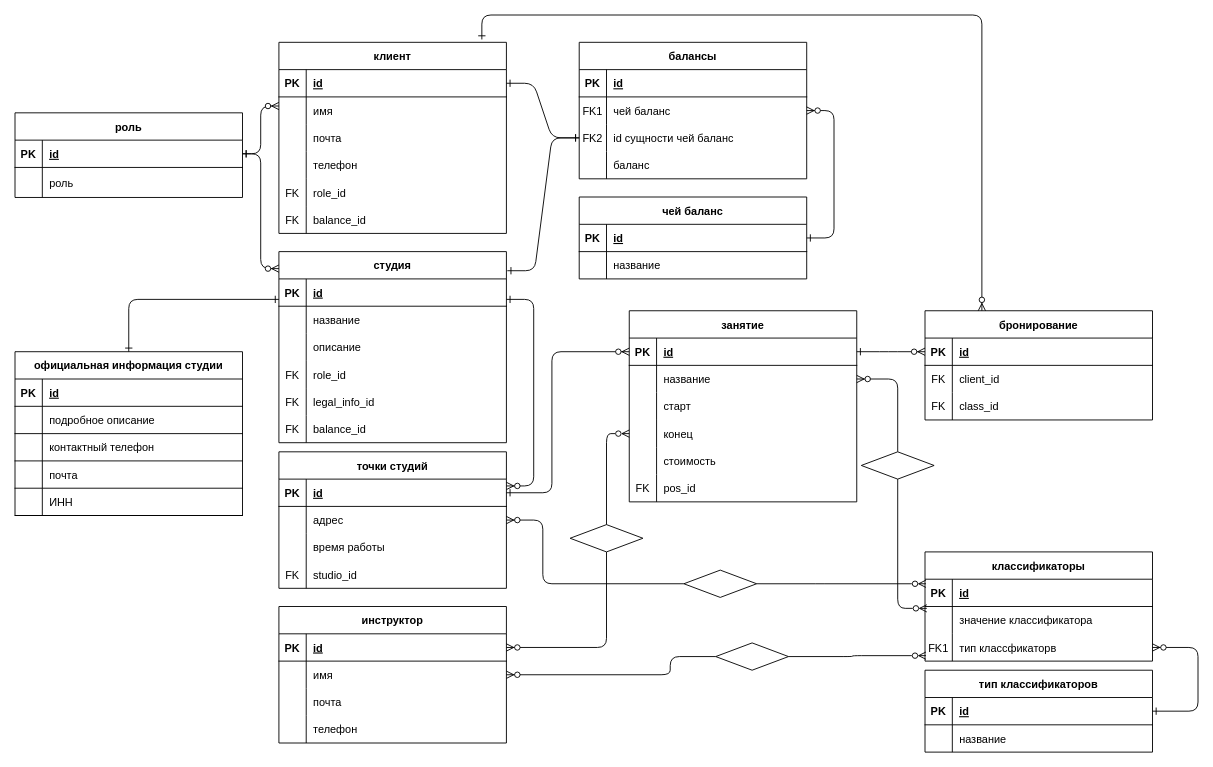
3ilib0ba/ITMO-DB keeps this draw.io diagram as Coursework/Part-2/diagram.drawio. Above is the earlier version. Source tidied: cells renumbered, new cells numbered last; positions are measured from the earlier drawing's top-left corner, leaving out a move shared by most shapes. Both pictures are drawn from the tidied source at 91%, with x=0, y=0 at pixel (15, 15).
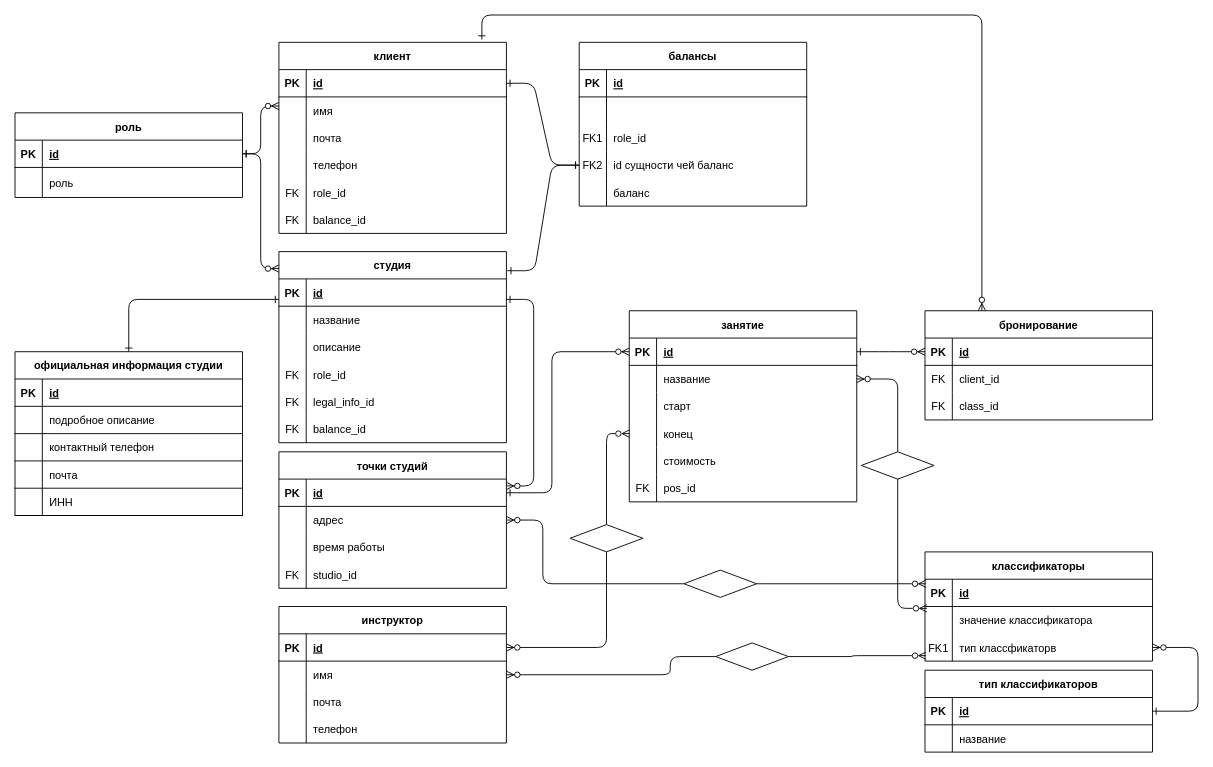
The same diagram, later.

Unchanged cells that the change refers to:
```xml
<mxCell id="7" style="shape=partialRectangle;fillColor=none;points=[[0,0.5],[1,0.5]];portConstraint=eastwest;top=0;left=0;right=0;bottom=0;" parent="3" vertex="1">
  <mxGeometry y="60" width="250" height="30" as="geometry" />
</mxCell>
```

What changed in the source:
```diff
@@
     <mxCell id="3" value="балансы" style="shape=table;startSize=30;childLayout=tableLayout;rowLines=0;fontStyle=1;align=center;" parent="1" vertex="1">
-      <mxGeometry x="620" y="30" width="250" height="150" as="geometry" />
+      <mxGeometry x="620" y="30" width="250" height="180" as="geometry" />
     </mxCell>
@@
-    <mxCell id="8" value="FK1" style="shape=partialRectangle;overflow=hidden;fillColor=none;top=0;left=0;bottom=0;right=0;" parent="7" vertex="1">
+    <mxCell id="8" style="shape=partialRectangle;overflow=hidden;fillColor=none;top=0;left=0;bottom=0;right=0;" parent="7" vertex="1">
       <mxGeometry width="30" height="30" as="geometry" />
     </mxCell>
-    <mxCell id="9" value="чей баланс" style="shape=partialRectangle;overflow=hidden;fillColor=none;top=0;left=0;bottom=0;right=0;align=left;spacingLeft=6;" parent="7" vertex="1">
+    <mxCell id="9" style="shape=partialRectangle;overflow=hidden;fillColor=none;top=0;left=0;bottom=0;right=0;align=left;spacingLeft=6;" parent="7" vertex="1">
       <mxGeometry x="30" width="220" height="30" as="geometry" />
     </mxCell>
+    <mxCell id="178" style="shape=partialRectangle;fillColor=none;top=0;left=0;right=0;bottom=0;" parent="3" vertex="1">
+      <mxGeometry y="90" width="250" height="30" as="geometry" />
+    </mxCell>
+    <mxCell id="179" value="FK1" style="shape=partialRectangle;overflow=hidden;fillColor=none;top=0;left=0;bottom=0;right=0;" parent="178" vertex="1">
+      <mxGeometry width="30" height="30" as="geometry" />
+    </mxCell>
+    <mxCell id="180" value="role_id" style="shape=partialRectangle;overflow=hidden;fillColor=none;top=0;left=0;bottom=0;right=0;align=left;spacingLeft=6;" parent="178" vertex="1">
+      <mxGeometry x="30" width="220" height="30" as="geometry" />
+    </mxCell>
     <mxCell id="10" style="shape=partialRectangle;fillColor=none;points=[[0,0.5],[1,0.5]];portConstraint=eastwest;top=0;left=0;right=0;bottom=0;" parent="3" vertex="1">
-      <mxGeometry y="90" width="250" height="30" as="geometry" />
+      <mxGeometry y="120" width="250" height="30" as="geometry" />
     </mxCell>
@@
     <mxCell id="13" style="shape=partialRectangle;fillColor=none;top=0;left=0;right=0;bottom=0;" parent="3" vertex="1">
-      <mxGeometry y="120" width="250" height="30" as="geometry" />
+      <mxGeometry y="150" width="250" height="30" as="geometry" />
     </mxCell>
@@
-    <mxCell id="16" value="чей баланс" style="shape=table;startSize=30;childLayout=tableLayout;rowLines=0;fontStyle=1;align=center;" parent="1" vertex="1">
-      <mxGeometry x="620" y="200" width="250" height="90" as="geometry" />
-    </mxCell>
-    <mxCell id="17" style="shape=partialRectangle;fillColor=none;points=[[0,0.5],[1,0.5]];portConstraint=eastwest;top=0;left=0;right=0;bottom=1;" parent="16" vertex="1">
-      <mxGeometry y="30" width="250" height="30" as="geometry" />
-    </mxCell>
-    <mxCell id="18" value="PK" style="shape=partialRectangle;overflow=hidden;fillColor=none;top=0;left=0;bottom=0;right=0;fontStyle=1;" parent="17" vertex="1">
-      <mxGeometry width="30" height="30" as="geometry" />
-    </mxCell>
-    <mxCell id="19" value="id" style="shape=partialRectangle;overflow=hidden;fillColor=none;top=0;left=0;bottom=0;right=0;align=left;spacingLeft=6;fontStyle=5;" parent="17" vertex="1">
-      <mxGeometry x="30" width="220" height="30" as="geometry" />
-    </mxCell>
-    <mxCell id="20" style="shape=partialRectangle;fillColor=none;top=0;left=0;right=0;bottom=0;" parent="16" vertex="1">
-      <mxGeometry y="60" width="250" height="30" as="geometry" />
-    </mxCell>
-    <mxCell id="21" style="shape=partialRectangle;overflow=hidden;fillColor=none;top=0;left=0;bottom=0;right=0;" parent="20" vertex="1">
-      <mxGeometry width="30" height="30" as="geometry" />
-    </mxCell>
-    <mxCell id="22" value="название " style="shape=partialRectangle;overflow=hidden;fillColor=none;top=0;left=0;bottom=0;right=0;align=left;spacingLeft=6;" parent="20" vertex="1">
-      <mxGeometry x="30" width="220" height="30" as="geometry" />
-    </mxCell>
@@
-    <mxCell id="42" style="edgeStyle=elbowEdgeStyle;endArrow=ERzeroToMany;startArrow=ERone;endFill=1;startFill=0;entryX=1;entryY=0.5;entryDx=0;entryDy=0;exitX=1;exitY=0.5;exitDx=0;exitDy=0;jumpSize=6;shadow=0;strokeWidth=1;rounded=1;strokeColor=default;" parent="1" edge="1" source="17" target="7">
-      <mxGeometry relative="1" as="geometry">
-        <Array as="points">
-          <mxPoint x="900" y="160" />
-        </Array>
-      </mxGeometry>
-    </mxCell>
```
